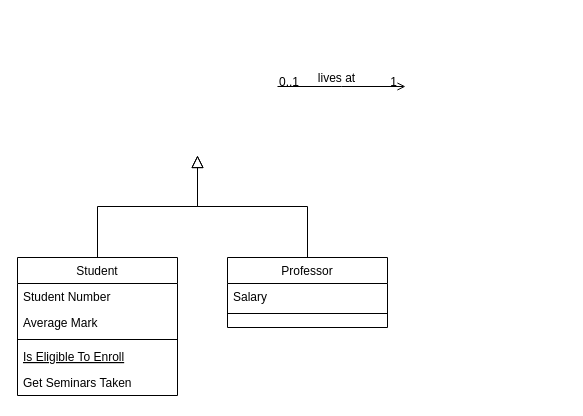
The draw.io diagram 名称未設定ファイル.drawio in Itok1000/master, before the edit. Source tidied: cells renumbered, new cells numbered last; positions are measured from the earlier drawing's top-left corner, leaving out a move shared by most shapes. Both pictures are drawn from the tidied source at 100%, with x=0, y=0 at pixel (17, 86).
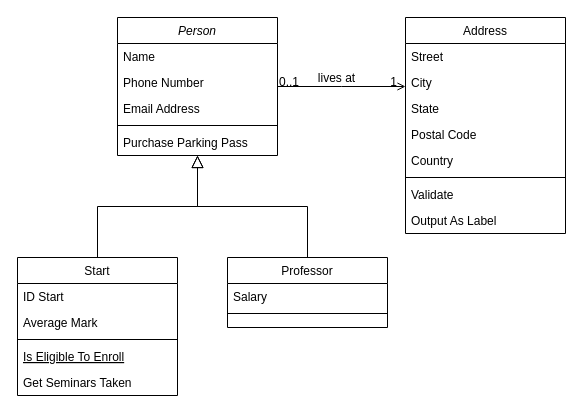
The same page after the edit.

Commit message:
ER図(卒業制作)

The change refers to these unchanged cells:
```xml
<mxCell id="9" value="Professor" style="swimlane;fontStyle=0;align=center;verticalAlign=top;horizontal=1;startSize=26;rounded=0;shadow=0;strokeWidth=1;" parent="1" vertex="1">
  <mxGeometry x="210" y="171" width="160" height="70" as="geometry" />
</mxCell>
```

Change to the diagram source:
```diff
@@
+    <mxCell id="17" value="Person" style="swimlane;fontStyle=2;align=center;verticalAlign=top;horizontal=1;startSize=26;rounded=0;shadow=0;strokeWidth=1;" parent="1" vertex="1">
+      <mxGeometry x="100" y="-69" width="160" height="138" as="geometry" />
+    </mxCell>
+    <mxCell id="18" value="Name" style="text;align=left;verticalAlign=top;spacingLeft=4;spacingRight=4;overflow=hidden;" parent="17" vertex="1">
+      <mxGeometry y="26" width="160" height="26" as="geometry" />
+    </mxCell>
+    <mxCell id="19" value="Phone Number" style="text;align=left;verticalAlign=top;spacingLeft=4;spacingRight=4;overflow=hidden;rounded=0;shadow=0;html=0;" parent="17" vertex="1">
+      <mxGeometry y="52" width="160" height="26" as="geometry" />
+    </mxCell>
+    <mxCell id="20" value="Email Address" style="text;align=left;verticalAlign=top;spacingLeft=4;spacingRight=4;overflow=hidden;rounded=0;shadow=0;html=0;" parent="17" vertex="1">
+      <mxGeometry y="78" width="160" height="26" as="geometry" />
+    </mxCell>
+    <mxCell id="21" style="line;html=1;strokeWidth=1;align=left;verticalAlign=middle;spacingTop=-1;spacingLeft=3;spacingRight=3;labelPosition=right;" parent="17" vertex="1">
+      <mxGeometry y="104" width="160" height="8" as="geometry" />
+    </mxCell>
+    <mxCell id="22" value="Purchase Parking Pass" style="text;align=left;verticalAlign=top;spacingLeft=4;spacingRight=4;overflow=hidden;" parent="17" vertex="1">
+      <mxGeometry y="112" width="160" height="26" as="geometry" />
+    </mxCell>
-    <mxCell id="2" value="Student" style="swimlane;fontStyle=0;align=center;verticalAlign=top;horizontal=1;startSize=26;rounded=0;shadow=0;strokeWidth=1;" parent="1" vertex="1">
+    <mxCell id="2" value="Start" style="swimlane;fontStyle=0;align=center;verticalAlign=top;horizontal=1;startSize=26;rounded=0;shadow=0;strokeWidth=1;" parent="1" vertex="1">
       <mxGeometry y="171" width="160" height="138" as="geometry" />
     </mxCell>
-    <mxCell id="3" value="Student Number" style="text;align=left;verticalAlign=top;spacingLeft=4;spacingRight=4;overflow=hidden;" parent="2" vertex="1">
+    <mxCell id="3" value="ID Start" style="text;align=left;verticalAlign=top;spacingLeft=4;spacingRight=4;overflow=hidden;" parent="2" vertex="1">
       <mxGeometry y="26" width="160" height="26" as="geometry" />
     </mxCell>
@@
-    <mxCell id="8" style="endArrow=block;endSize=10;endFill=0;shadow=0;strokeWidth=1;rounded=0;curved=0;edgeStyle=elbowEdgeStyle;elbow=vertical;" parent="1" edge="1" source="2">
-      <mxGeometry relative="1" as="geometry">
-        <mxPoint x="180" y="69" as="targetPoint" />
-      </mxGeometry>
+    <mxCell id="8" style="endArrow=block;endSize=10;endFill=0;shadow=0;strokeWidth=1;rounded=0;curved=0;edgeStyle=elbowEdgeStyle;elbow=vertical;" parent="1" edge="1" source="2" target="17">
+      <mxGeometry relative="1" as="geometry" />
     </mxCell>
@@
-    <mxCell id="12" style="endArrow=block;endSize=10;endFill=0;shadow=0;strokeWidth=1;rounded=0;curved=0;edgeStyle=elbowEdgeStyle;elbow=vertical;" parent="1" edge="1" source="9">
-      <mxGeometry relative="1" as="geometry">
-        <mxPoint x="180" y="69" as="targetPoint" />
-      </mxGeometry>
+    <mxCell id="12" style="endArrow=block;endSize=10;endFill=0;shadow=0;strokeWidth=1;rounded=0;curved=0;edgeStyle=elbowEdgeStyle;elbow=vertical;" parent="1" edge="1" source="9" target="17">
+      <mxGeometry relative="1" as="geometry" />
     </mxCell>
+    <mxCell id="23" value="Address" style="swimlane;fontStyle=0;align=center;verticalAlign=top;horizontal=1;startSize=26;rounded=0;shadow=0;strokeWidth=1;" parent="1" vertex="1">
+      <mxGeometry x="388" y="-69" width="160" height="216" as="geometry" />
+    </mxCell>
+    <mxCell id="24" value="Street" style="text;align=left;verticalAlign=top;spacingLeft=4;spacingRight=4;overflow=hidden;" parent="23" vertex="1">
+      <mxGeometry y="26" width="160" height="26" as="geometry" />
+    </mxCell>
+    <mxCell id="25" value="City" style="text;align=left;verticalAlign=top;spacingLeft=4;spacingRight=4;overflow=hidden;rounded=0;shadow=0;html=0;" parent="23" vertex="1">
+      <mxGeometry y="52" width="160" height="26" as="geometry" />
+    </mxCell>
+    <mxCell id="26" value="State" style="text;align=left;verticalAlign=top;spacingLeft=4;spacingRight=4;overflow=hidden;rounded=0;shadow=0;html=0;" parent="23" vertex="1">
+      <mxGeometry y="78" width="160" height="26" as="geometry" />
+    </mxCell>
+    <mxCell id="27" value="Postal Code" style="text;align=left;verticalAlign=top;spacingLeft=4;spacingRight=4;overflow=hidden;rounded=0;shadow=0;html=0;" parent="23" vertex="1">
+      <mxGeometry y="104" width="160" height="26" as="geometry" />
+    </mxCell>
+    <mxCell id="28" value="Country" style="text;align=left;verticalAlign=top;spacingLeft=4;spacingRight=4;overflow=hidden;rounded=0;shadow=0;html=0;" parent="23" vertex="1">
+      <mxGeometry y="130" width="160" height="26" as="geometry" />
+    </mxCell>
+    <mxCell id="29" style="line;html=1;strokeWidth=1;align=left;verticalAlign=middle;spacingTop=-1;spacingLeft=3;spacingRight=3;labelPosition=right;" parent="23" vertex="1">
+      <mxGeometry y="156" width="160" height="8" as="geometry" />
+    </mxCell>
+    <mxCell id="30" value="Validate" style="text;align=left;verticalAlign=top;spacingLeft=4;spacingRight=4;overflow=hidden;" parent="23" vertex="1">
+      <mxGeometry y="164" width="160" height="26" as="geometry" />
+    </mxCell>
+    <mxCell id="31" value="Output As Label" style="text;align=left;verticalAlign=top;spacingLeft=4;spacingRight=4;overflow=hidden;" parent="23" vertex="1">
+      <mxGeometry y="190" width="160" height="26" as="geometry" />
+    </mxCell>
-    <mxCell id="13" style="endArrow=open;shadow=0;strokeWidth=1;rounded=0;curved=0;endFill=1;edgeStyle=elbowEdgeStyle;elbow=vertical;" parent="1" edge="1">
+    <mxCell id="13" style="endArrow=open;shadow=0;strokeWidth=1;rounded=0;curved=0;endFill=1;edgeStyle=elbowEdgeStyle;elbow=vertical;" parent="1" edge="1" source="17" target="23">
       <mxGeometry x="0.5" y="41" relative="1" as="geometry">
-        <mxPoint x="260" as="sourcePoint" />
-        <mxPoint x="388" as="targetPoint" />
         <mxPoint x="-40" y="32" as="offset" />
       </mxGeometry>
     </mxCell>
```
